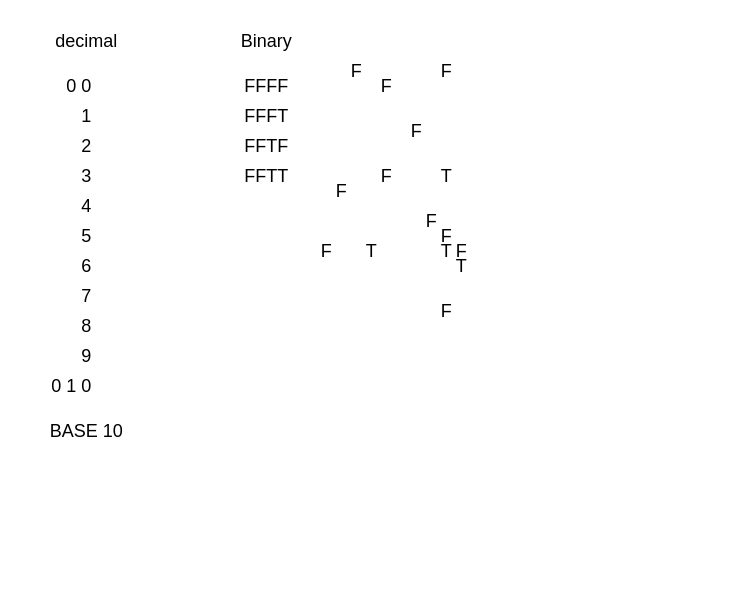
Before: page "Page-2" (2 of 2) of Untitled Diagram.drawio in ehuette/first-cscs1240, a draw.io diagram. Source tidied: cells renumbered, new cells numbered last; positions are measured from the earlier drawing's top-left corner, leaving out a move shared by most shapes. Both pictures are drawn from the tidied source at 150%, with x=0, y=0 at pixel (40, 26).
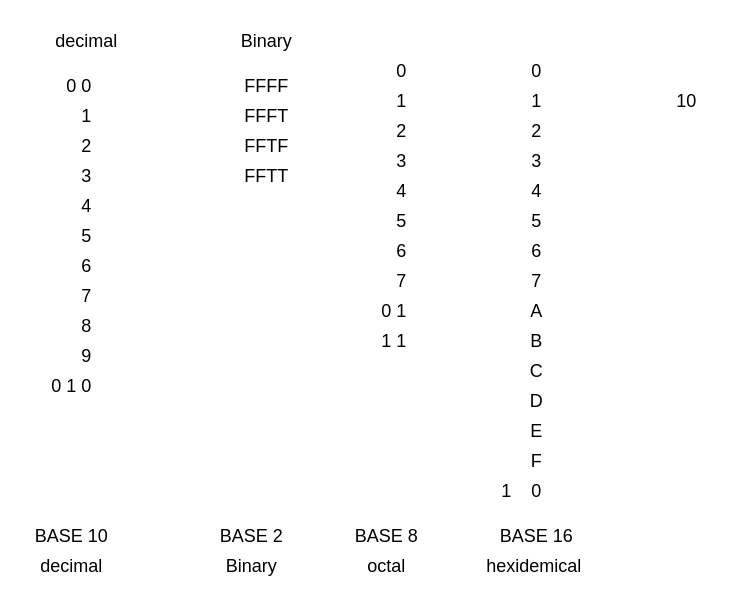
After the change.

The edit, as a diff of the source:
```diff
@@
-    <mxCell id="16" value="F" style="text;html=1;align=center;verticalAlign=middle;" parent="1" vertex="1">
-      <mxGeometry x="180" y="140" width="20" height="20" as="geometry" />
-    </mxCell>
-    <mxCell id="17" value="F" style="text;html=1;align=center;verticalAlign=middle;" parent="1" vertex="1">
-      <mxGeometry x="190" y="100" width="20" height="20" as="geometry" />
-    </mxCell>
-    <mxCell id="18" value="T" style="text;html=1;align=center;verticalAlign=middle;" parent="1" vertex="1">
-      <mxGeometry x="210" y="140" width="20" height="20" as="geometry" />
-    </mxCell>
@@
-    <mxCell id="20" value="T" style="text;html=1;align=center;verticalAlign=middle;" parent="1" vertex="1">
-      <mxGeometry x="260" y="140" width="20" height="20" as="geometry" />
-    </mxCell>
-    <mxCell id="21" value="T" style="text;html=1;align=center;verticalAlign=middle;" parent="1" vertex="1">
-      <mxGeometry x="270" y="150" width="20" height="20" as="geometry" />
-    </mxCell>
-    <mxCell id="22" value="T" style="text;html=1;align=center;verticalAlign=middle;" parent="1" vertex="1">
-      <mxGeometry x="260" y="90" width="20" height="20" as="geometry" />
-    </mxCell>
@@
-    <mxCell id="24" value="F" style="text;html=1;align=center;verticalAlign=middle;" parent="1" vertex="1">
-      <mxGeometry x="220" y="90" width="20" height="20" as="geometry" />
-    </mxCell>
-    <mxCell id="25" value="F" style="text;html=1;align=center;verticalAlign=middle;" parent="1" vertex="1">
-      <mxGeometry x="240" y="60" width="20" height="20" as="geometry" />
-    </mxCell>
-    <mxCell id="26" value="F" style="text;html=1;align=center;verticalAlign=middle;" parent="1" vertex="1">
-      <mxGeometry x="220" y="30" width="20" height="20" as="geometry" />
-    </mxCell>
-    <mxCell id="27" value="F" style="text;html=1;align=center;verticalAlign=middle;" parent="1" vertex="1">
-      <mxGeometry x="260" y="180" width="20" height="20" as="geometry" />
-    </mxCell>
-    <mxCell id="28" value="F" style="text;html=1;align=center;verticalAlign=middle;" parent="1" vertex="1">
-      <mxGeometry x="250" y="120" width="20" height="20" as="geometry" />
-    </mxCell>
-    <mxCell id="29" value="F" style="text;html=1;align=center;verticalAlign=middle;" parent="1" vertex="1">
-      <mxGeometry x="260" y="130" width="20" height="20" as="geometry" />
-    </mxCell>
-    <mxCell id="30" value="F" style="text;html=1;align=center;verticalAlign=middle;" parent="1" vertex="1">
-      <mxGeometry x="270" y="140" width="20" height="20" as="geometry" />
-    </mxCell>
-    <mxCell id="31" value="F" style="text;html=1;align=center;verticalAlign=middle;" parent="1" vertex="1">
-      <mxGeometry x="200" y="20" width="20" height="20" as="geometry" />
-    </mxCell>
-    <mxCell id="32" value="F" style="text;html=1;align=center;verticalAlign=middle;" parent="1" vertex="1">
-      <mxGeometry x="260" y="20" width="20" height="20" as="geometry" />
-    </mxCell>
@@
     <mxCell id="37" value="BASE 10" style="text;html=1;align=center;verticalAlign=middle;" parent="1" vertex="1">
-      <mxGeometry y="260" width="60" height="20" as="geometry" />
+      <mxGeometry x="-10" y="330" width="60" height="20" as="geometry" />
     </mxCell>
+    <mxCell id="38" value="BASE 2" style="text;html=1;align=center;verticalAlign=middle;" parent="1" vertex="1">
+      <mxGeometry x="110" y="330" width="60" height="20" as="geometry" />
+    </mxCell>
+    <mxCell id="39" value="Binary" style="text;html=1;align=center;verticalAlign=middle;" parent="1" vertex="1">
+      <mxGeometry x="115" y="350" width="50" height="20" as="geometry" />
+    </mxCell>
+    <mxCell id="40" value="decimal" style="text;html=1;align=center;verticalAlign=middle;" parent="1" vertex="1">
+      <mxGeometry x="-10" y="350" width="60" height="20" as="geometry" />
+    </mxCell>
+    <mxCell id="41" value="BASE 8" style="text;html=1;align=center;verticalAlign=middle;" parent="1" vertex="1">
+      <mxGeometry x="200" y="330" width="60" height="20" as="geometry" />
+    </mxCell>
+    <mxCell id="42" value="octal" style="text;html=1;align=center;verticalAlign=middle;" parent="1" vertex="1">
+      <mxGeometry x="210" y="350" width="40" height="20" as="geometry" />
+    </mxCell>
+    <mxCell id="43" value="BASE 16" style="text;html=1;align=center;verticalAlign=middle;" parent="1" vertex="1">
+      <mxGeometry x="300" y="330" width="60" height="20" as="geometry" />
+    </mxCell>
+    <mxCell id="44" value="hexidemical&amp;nbsp;" style="text;html=1;align=center;verticalAlign=middle;" parent="1" vertex="1">
+      <mxGeometry x="290" y="350" width="80" height="20" as="geometry" />
+    </mxCell>
+    <mxCell id="45" value="1" style="text;html=1;align=center;verticalAlign=middle;" parent="1" vertex="1">
+      <mxGeometry x="230" y="40" width="20" height="20" as="geometry" />
+    </mxCell>
+    <mxCell id="46" value="3" style="text;html=1;align=center;verticalAlign=middle;" parent="1" vertex="1">
+      <mxGeometry x="230" y="80" width="20" height="20" as="geometry" />
+    </mxCell>
+    <mxCell id="47" value="2" style="text;html=1;align=center;verticalAlign=middle;" parent="1" vertex="1">
+      <mxGeometry x="230" y="60" width="20" height="20" as="geometry" />
+    </mxCell>
+    <mxCell id="48" value="4" style="text;html=1;align=center;verticalAlign=middle;" parent="1" vertex="1">
+      <mxGeometry x="230" y="100" width="20" height="20" as="geometry" />
+    </mxCell>
+    <mxCell id="49" value="5" style="text;html=1;align=center;verticalAlign=middle;" parent="1" vertex="1">
+      <mxGeometry x="230" y="120" width="20" height="20" as="geometry" />
+    </mxCell>
+    <mxCell id="50" value="6" style="text;html=1;align=center;verticalAlign=middle;" parent="1" vertex="1">
+      <mxGeometry x="230" y="140" width="20" height="20" as="geometry" />
+    </mxCell>
+    <mxCell id="51" value="7" style="text;html=1;align=center;verticalAlign=middle;" parent="1" vertex="1">
+      <mxGeometry x="230" y="160" width="20" height="20" as="geometry" />
+    </mxCell>
+    <mxCell id="52" value="0" style="text;html=1;align=center;verticalAlign=middle;" parent="1" vertex="1">
+      <mxGeometry x="230" y="20" width="20" height="20" as="geometry" />
+    </mxCell>
+    <mxCell id="53" value="1" style="text;html=1;align=center;verticalAlign=middle;" parent="1" vertex="1">
+      <mxGeometry x="230" y="180" width="20" height="20" as="geometry" />
+    </mxCell>
+    <mxCell id="54" value="0" style="text;html=1;align=center;verticalAlign=middle;" parent="1" vertex="1">
+      <mxGeometry x="220" y="180" width="20" height="20" as="geometry" />
+    </mxCell>
+    <mxCell id="55" value="1" style="text;html=1;align=center;verticalAlign=middle;" parent="1" vertex="1">
+      <mxGeometry x="230" y="200" width="20" height="20" as="geometry" />
+    </mxCell>
+    <mxCell id="56" value="1" style="text;html=1;align=center;verticalAlign=middle;" parent="1" vertex="1">
+      <mxGeometry x="220" y="200" width="20" height="20" as="geometry" />
+    </mxCell>
+    <mxCell id="57" value="1" style="text;html=1;align=center;verticalAlign=middle;" parent="1" vertex="1">
+      <mxGeometry x="320" y="40" width="20" height="20" as="geometry" />
+    </mxCell>
+    <mxCell id="58" value="3" style="text;html=1;align=center;verticalAlign=middle;" parent="1" vertex="1">
+      <mxGeometry x="320" y="80" width="20" height="20" as="geometry" />
+    </mxCell>
+    <mxCell id="59" value="2" style="text;html=1;align=center;verticalAlign=middle;" parent="1" vertex="1">
+      <mxGeometry x="320" y="60" width="20" height="20" as="geometry" />
+    </mxCell>
+    <mxCell id="60" value="4" style="text;html=1;align=center;verticalAlign=middle;" parent="1" vertex="1">
+      <mxGeometry x="320" y="100" width="20" height="20" as="geometry" />
+    </mxCell>
+    <mxCell id="61" value="5" style="text;html=1;align=center;verticalAlign=middle;" parent="1" vertex="1">
+      <mxGeometry x="320" y="120" width="20" height="20" as="geometry" />
+    </mxCell>
+    <mxCell id="62" value="6" style="text;html=1;align=center;verticalAlign=middle;" parent="1" vertex="1">
+      <mxGeometry x="320" y="140" width="20" height="20" as="geometry" />
+    </mxCell>
+    <mxCell id="63" value="7" style="text;html=1;align=center;verticalAlign=middle;" parent="1" vertex="1">
+      <mxGeometry x="320" y="160" width="20" height="20" as="geometry" />
+    </mxCell>
+    <mxCell id="64" value="0" style="text;html=1;align=center;verticalAlign=middle;" parent="1" vertex="1">
+      <mxGeometry x="320" y="20" width="20" height="20" as="geometry" />
+    </mxCell>
+    <mxCell id="65" value="A" style="text;html=1;align=center;verticalAlign=middle;" parent="1" vertex="1">
+      <mxGeometry x="320" y="180" width="20" height="20" as="geometry" />
+    </mxCell>
+    <mxCell id="66" value="B" style="text;html=1;align=center;verticalAlign=middle;" parent="1" vertex="1">
+      <mxGeometry x="320" y="200" width="20" height="20" as="geometry" />
+    </mxCell>
+    <mxCell id="67" value="C" style="text;html=1;align=center;verticalAlign=middle;" parent="1" vertex="1">
+      <mxGeometry x="320" y="220" width="20" height="20" as="geometry" />
+    </mxCell>
+    <mxCell id="68" value="D" style="text;html=1;align=center;verticalAlign=middle;" parent="1" vertex="1">
+      <mxGeometry x="320" y="240" width="20" height="20" as="geometry" />
+    </mxCell>
+    <mxCell id="69" value="E" style="text;html=1;align=center;verticalAlign=middle;" parent="1" vertex="1">
+      <mxGeometry x="320" y="260" width="20" height="20" as="geometry" />
+    </mxCell>
+    <mxCell id="70" value="F" style="text;html=1;align=center;verticalAlign=middle;" parent="1" vertex="1">
+      <mxGeometry x="320" y="280" width="20" height="20" as="geometry" />
+    </mxCell>
+    <mxCell id="71" value="0" style="text;html=1;align=center;verticalAlign=middle;" parent="1" vertex="1">
+      <mxGeometry x="320" y="300" width="20" height="20" as="geometry" />
+    </mxCell>
+    <mxCell id="72" value="1" style="text;html=1;align=center;verticalAlign=middle;" parent="1" vertex="1">
+      <mxGeometry x="300" y="300" width="20" height="20" as="geometry" />
+    </mxCell>
+    <mxCell id="73" value="10" style="text;html=1;align=center;verticalAlign=middle;" parent="1" vertex="1">
+      <mxGeometry x="415" y="40" width="30" height="20" as="geometry" />
+    </mxCell>
```
